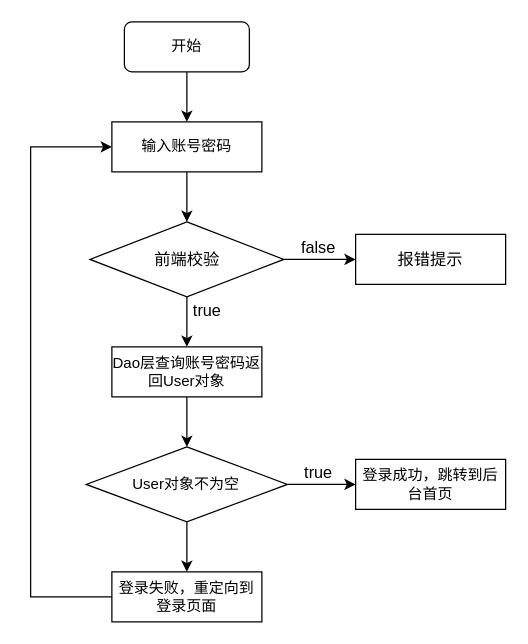
The draw.io diagram 登录模块流程图.drawio in Roookie-langp/diagrams, before the edit. Source tidied: cells renumbered, new cells numbered last; positions are measured from the earlier drawing's top-left corner, leaving out a move shared by most shapes. Both pictures are drawn from the tidied source at 125%, with x=0, y=0 at pixel (30, 21).
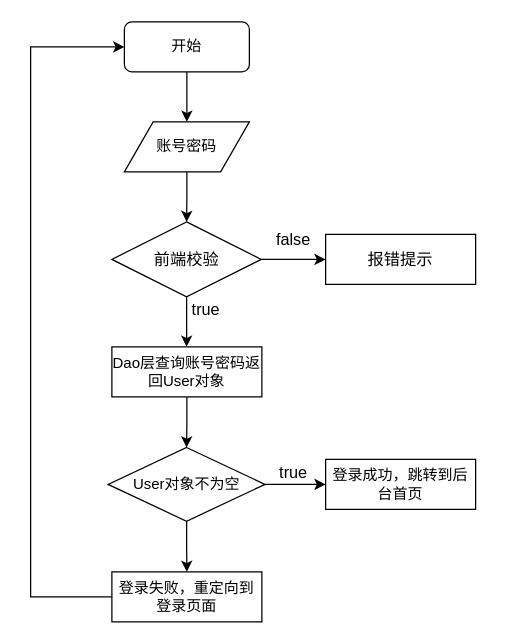
After the change.

Commit message (it also covers changes not shown here):
更新登录模块流程图.drawio

The change refers to these unchanged cells:
```xml
<mxCell id="3" value="开始" style="rounded=1;whiteSpace=wrap;html=1;" parent="1" vertex="1">
  <mxGeometry x="75" width="100" height="40" as="geometry" />
</mxCell>
<mxCell id="20" value="登录失败，重定向到登录页面" style="whiteSpace=wrap;html=1;rounded=0;" parent="1" vertex="1">
  <mxGeometry x="65" y="440" width="120" height="40" as="geometry" />
</mxCell>
```

The edit, as a diff of the source:
```diff
@@
-    <mxCell id="2" style="edgeStyle=orthogonalEdgeStyle;rounded=0;jettySize=auto;html=1;fontSize=13;" parent="1" edge="1" source="3" target="6">
+    <mxCell id="2" style="edgeStyle=orthogonalEdgeStyle;rounded=0;jettySize=auto;html=1;fontSize=13;entryX=0.5;entryY=0;entryDx=0;entryDy=0;" parent="1" edge="1" source="3" target="21">
       <mxGeometry relative="1" as="geometry" />
     </mxCell>
@@
-    <mxCell id="6" value="输入账号密码" style="whiteSpace=wrap;html=1;rounded=0;" parent="1" vertex="1">
-      <mxGeometry x="65" y="80" width="120" height="40" as="geometry" />
-    </mxCell>
@@
     <mxCell id="11" value="User对象不为空" style="rhombus;whiteSpace=wrap;html=1;rounded=0;" parent="1" vertex="1">
-      <mxGeometry x="44.5" y="340" width="160.9" height="60" as="geometry" />
+      <mxGeometry x="62" y="340.5" width="125.5" height="59" as="geometry" />
     </mxCell>
     <mxCell id="12" value="登录成功，跳转到后台首页" style="whiteSpace=wrap;html=1;rounded=0;" parent="1" vertex="1">
-      <mxGeometry x="260" y="350" width="120" height="40" as="geometry" />
+      <mxGeometry x="236" y="350" width="120" height="40" as="geometry" />
     </mxCell>
     <mxCell id="13" value="true" style="text;html=1;align=center;verticalAlign=middle;strokeColor=none;fillColor=none;fontSize=13;" parent="1" vertex="1">
-      <mxGeometry x="210" y="350" width="40" height="20" as="geometry" />
+      <mxGeometry x="190" y="350" width="40" height="20" as="geometry" />
     </mxCell>
@@
     <mxCell id="15" value="前端校验" style="rhombus;whiteSpace=wrap;html=1;rounded=0;fontSize=13;strokeWidth=1;" parent="1" vertex="1">
-      <mxGeometry x="47.5" y="160" width="155" height="60" as="geometry" />
+      <mxGeometry x="65" y="160" width="119.5" height="60" as="geometry" />
     </mxCell>
-    <mxCell id="16" style="edgeStyle=orthogonalEdgeStyle;rounded=0;jettySize=auto;html=1;fontSize=13;endArrow=classic;startArrow=none;startFill=0;verticalAlign=top;endFill=1;" parent="1" edge="1" source="6" target="15">
+    <mxCell id="16" style="edgeStyle=orthogonalEdgeStyle;rounded=0;jettySize=auto;html=1;fontSize=13;endArrow=classic;startArrow=none;startFill=0;verticalAlign=top;endFill=1;exitX=0.5;exitY=1;exitDx=0;exitDy=0;" parent="1" edge="1" source="21" target="15">
       <mxGeometry relative="1" as="geometry" />
     </mxCell>
     <mxCell id="17" value="报错提示" style="whiteSpace=wrap;html=1;fontSize=13;rounded=0;strokeWidth=1;" parent="1" vertex="1">
-      <mxGeometry x="260" y="170" width="120" height="40" as="geometry" />
+      <mxGeometry x="236" y="170" width="120" height="40" as="geometry" />
     </mxCell>
     <mxCell id="18" value="false" style="text;html=1;align=center;verticalAlign=middle;strokeColor=none;fillColor=none;fontSize=13;" parent="1" vertex="1">
-      <mxGeometry x="210" y="170" width="40" height="20" as="geometry" />
+      <mxGeometry x="190" y="164" width="40" height="20" as="geometry" />
     </mxCell>
-    <mxCell id="19" style="edgeStyle=orthogonalEdgeStyle;rounded=0;jettySize=auto;html=1;entryX=0;entryY=0.5;entryDx=0;entryDy=0;fontSize=13;startArrow=none;startFill=0;endArrow=classic;endFill=1;" parent="1" edge="1" source="20" target="6">
+    <mxCell id="19" style="edgeStyle=orthogonalEdgeStyle;rounded=0;jettySize=auto;html=1;entryX=0;entryY=0.5;entryDx=0;entryDy=0;fontSize=13;startArrow=none;startFill=0;endArrow=classic;endFill=1;" parent="1" edge="1" source="20" target="3">
       <mxGeometry relative="1" as="geometry">
         <Array as="points">
           <mxPoint y="460" />
-          <mxPoint y="100" />
+          <mxPoint y="20" />
         </Array>
       </mxGeometry>
     </mxCell>
@@
+    <mxCell id="21" value="账号密码" style="shape=parallelogram;html=1;strokeWidth=1;perimeter=parallelogramPerimeter;whiteSpace=wrap;rounded=0;arcSize=12;size=0.23;" parent="1" vertex="1">
+      <mxGeometry x="75" y="80" width="100" height="40" as="geometry" />
+    </mxCell>
```
